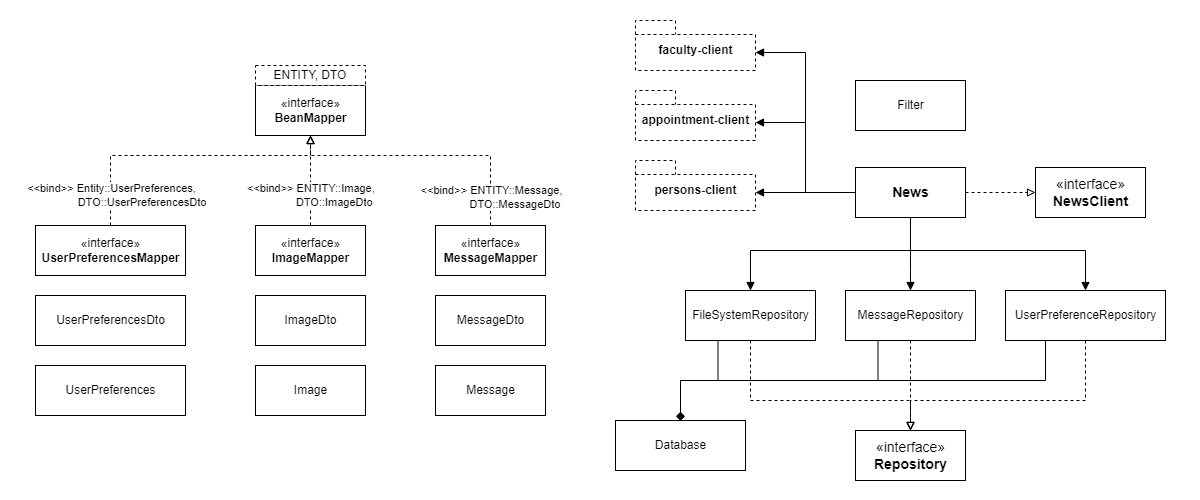
The draw.io diagram doc/diagrams/classes/class_diagram.drawio.png in fh-erfurt/WS2021_Java_Team_2_Service_4_News, before a commit. Source tidied: cells renumbered, new cells last; positions are measured from the earlier drawing's top-left corner, leaving out a move shared by most shapes.
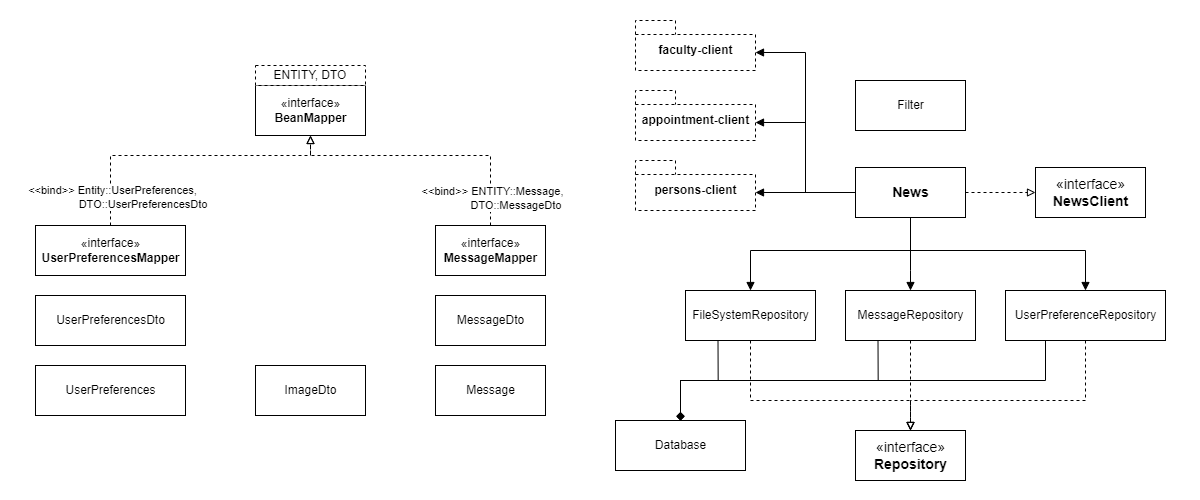
After the change.

Diff of the diagram source:
```diff
@@ -8,19 +8,6 @@
     <mxCell id="3" value="&lt;font&gt;ENTITY, DTO&lt;/font&gt;" style="rounded=0;whiteSpace=wrap;html=1;dashed=1;fillColor=default;strokeColor=#000000;fontColor=#000000;" parent="1" vertex="1">
       <mxGeometry x="220" y="45" width="110" height="20" as="geometry" />
     </mxCell>
-    <mxCell id="4" style="edgeStyle=orthogonalEdgeStyle;rounded=0;jettySize=auto;html=1;dashed=1;endArrow=block;endFill=0;strokeColor=#000000;fontColor=#000000;" parent="1" edge="1" source="6">
-      <mxGeometry relative="1" as="geometry">
-        <mxPoint x="275" y="115" as="targetPoint" />
-      </mxGeometry>
-    </mxCell>
-    <mxCell id="5" value="&lt;font&gt;&amp;lt;&amp;lt;bind&amp;gt;&amp;gt; ENTITY::Image,&lt;br&gt;&amp;nbsp; &amp;nbsp; &amp;nbsp; &amp;nbsp; &amp;nbsp; &amp;nbsp; &amp;nbsp; &amp;nbsp; DTO::ImageDto&lt;/font&gt;" style="edgeLabel;html=1;align=left;verticalAlign=middle;labelBackgroundColor=#FFFFFF;fontColor=#000000;" parent="4" vertex="1">
-      <mxGeometry x="-0.25" y="-1" relative="1" as="geometry">
-        <mxPoint x="-66" y="4" as="offset" />
-      </mxGeometry>
-    </mxCell>
-    <mxCell id="6" value="«interface»&lt;br&gt;&lt;b&gt;ImageMapper&lt;/b&gt;" style="html=1;fillColor=default;strokeColor=#000000;fontColor=#000000;" parent="1" vertex="1">
-      <mxGeometry x="220" y="205" width="110" height="50" as="geometry" />
-    </mxCell>
     <mxCell id="7" style="edgeStyle=orthogonalEdgeStyle;rounded=0;jettySize=auto;html=1;entryX=0.5;entryY=1;entryDx=0;entryDy=0;dashed=1;endArrow=block;endFill=0;strokeColor=#000000;fontColor=#000000;" parent="1" edge="1" source="9" target="2">
       <mxGeometry relative="1" as="geometry">
         <Array as="points">
@@ -60,11 +47,8 @@
       <mxGeometry y="345" width="150" height="50" as="geometry" />
     </mxCell>
     <mxCell id="15" value="ImageDto" style="html=1;fillColor=default;strokeColor=#000000;fontColor=#000000;" parent="1" vertex="1">
-      <mxGeometry x="220" y="275" width="110" height="50" as="geometry" />
+      <mxGeometry x="220" y="345" width="110" height="50" as="geometry" />
     </mxCell>
-    <mxCell id="16" value="Image" style="html=1;fillColor=default;strokeColor=#000000;fontColor=#000000;" parent="1" vertex="1">
-      <mxGeometry x="220" y="345" width="110" height="50" as="geometry" />
-    </mxCell>
     <mxCell id="17" value="MessageDto" style="html=1;fontColor=#000000;strokeColor=#000000;fillColor=default;" parent="1" vertex="1">
       <mxGeometry x="400" y="275" width="110" height="50" as="geometry" />
     </mxCell>
```
